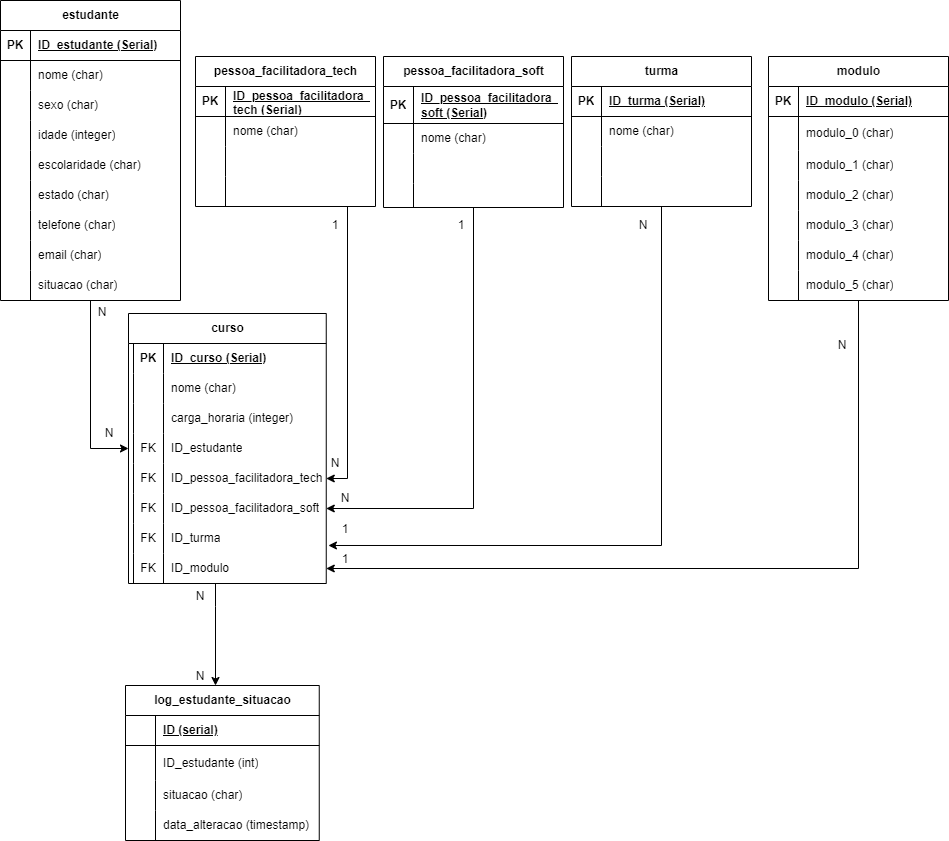
This is Diagrama Lógico/Projeto_modulo3_Banco_de_dados.drawio.png from denysonbrito/Projeto_em_grupo_modulo3_Banco_de_dados, a draw.io export, as it was before one commit. Source tidied: cells renumbered, new cells last; positions are measured from the earlier drawing's top-left corner, leaving out a move shared by most shapes.
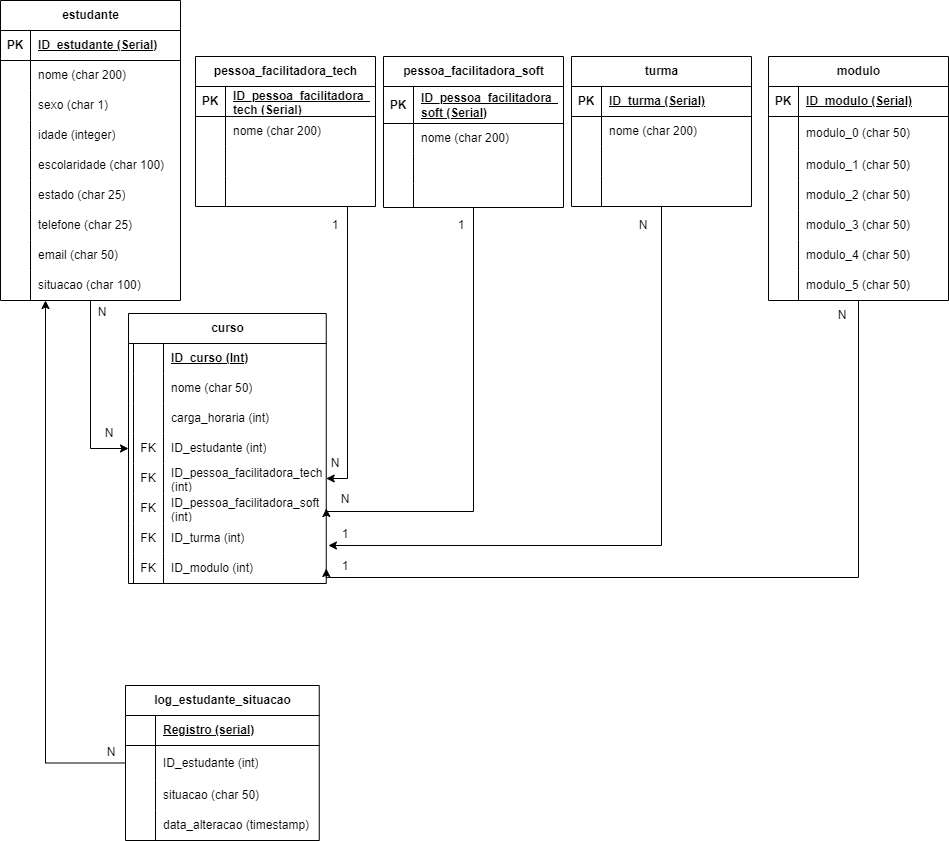
Later version of the same file.

Commit message:
Inserção do espaço para os campos

Mudança na tabela log para conectar com a tabela estudante.

What changed in the source:
```diff
@@ -13,3 +13,3 @@
     </mxCell>
-    <mxCell id="5" value="ID (serial)" style="shape=partialRectangle;fillColor=none;top=0;left=0;bottom=0;right=0;align=left;spacingLeft=6;fontStyle=5;overflow=hidden;whiteSpace=wrap;html=1;" parent="3" vertex="1">
+    <mxCell id="5" value="Registro (serial)" style="shape=partialRectangle;fillColor=none;top=0;left=0;bottom=0;right=0;align=left;spacingLeft=6;fontStyle=5;overflow=hidden;whiteSpace=wrap;html=1;" parent="3" vertex="1">
       <mxGeometry x="30" width="163.8" height="30" as="geometry" />
@@ -31,3 +31,3 @@
     </mxCell>
-    <mxCell id="11" value="situacao (char)" style="shape=partialRectangle;fillColor=none;top=0;left=0;bottom=0;right=0;align=left;spacingLeft=6;overflow=hidden;whiteSpace=wrap;html=1;" parent="9" vertex="1">
+    <mxCell id="11" value="situacao (char 50)" style="shape=partialRectangle;fillColor=none;top=0;left=0;bottom=0;right=0;align=left;spacingLeft=6;overflow=hidden;whiteSpace=wrap;html=1;" parent="9" vertex="1">
       <mxGeometry x="30" width="163.8" height="30" as="geometry" />
@@ -64,3 +64,3 @@
     </mxCell>
-    <mxCell id="22" value="nome (char)" style="shape=partialRectangle;fillColor=none;top=0;left=0;bottom=0;right=0;align=left;spacingLeft=6;overflow=hidden;whiteSpace=wrap;html=1;" parent="20" vertex="1">
+    <mxCell id="22" value="nome (char 200)" style="shape=partialRectangle;fillColor=none;top=0;left=0;bottom=0;right=0;align=left;spacingLeft=6;overflow=hidden;whiteSpace=wrap;html=1;" parent="20" vertex="1">
       <mxGeometry x="30" width="150" height="30" as="geometry" />
@@ -73,3 +73,3 @@
     </mxCell>
-    <mxCell id="25" value="sexo (char)" style="shape=partialRectangle;fillColor=none;top=0;left=0;bottom=0;right=0;align=left;spacingLeft=6;overflow=hidden;whiteSpace=wrap;html=1;" parent="23" vertex="1">
+    <mxCell id="25" value="sexo (char 1)" style="shape=partialRectangle;fillColor=none;top=0;left=0;bottom=0;right=0;align=left;spacingLeft=6;overflow=hidden;whiteSpace=wrap;html=1;" parent="23" vertex="1">
       <mxGeometry x="30" width="150" height="30" as="geometry" />
@@ -91,3 +91,3 @@
     </mxCell>
-    <mxCell id="31" value="escolaridade (char)" style="shape=partialRectangle;fillColor=none;top=0;left=0;bottom=0;right=0;align=left;spacingLeft=6;overflow=hidden;whiteSpace=wrap;html=1;" parent="29" vertex="1">
+    <mxCell id="31" value="escolaridade (char 100)" style="shape=partialRectangle;fillColor=none;top=0;left=0;bottom=0;right=0;align=left;spacingLeft=6;overflow=hidden;whiteSpace=wrap;html=1;" parent="29" vertex="1">
       <mxGeometry x="30" width="150" height="30" as="geometry" />
@@ -100,3 +100,3 @@
     </mxCell>
-    <mxCell id="34" value="estado (char)" style="shape=partialRectangle;fillColor=none;top=0;left=0;bottom=0;right=0;align=left;spacingLeft=6;overflow=hidden;whiteSpace=wrap;html=1;" parent="32" vertex="1">
+    <mxCell id="34" value="estado (char 25)" style="shape=partialRectangle;fillColor=none;top=0;left=0;bottom=0;right=0;align=left;spacingLeft=6;overflow=hidden;whiteSpace=wrap;html=1;" parent="32" vertex="1">
       <mxGeometry x="30" width="150" height="30" as="geometry" />
@@ -109,3 +109,3 @@
     </mxCell>
-    <mxCell id="37" value="telefone (char)" style="shape=partialRectangle;fillColor=none;top=0;left=0;bottom=0;right=0;align=left;spacingLeft=6;overflow=hidden;whiteSpace=wrap;html=1;" parent="35" vertex="1">
+    <mxCell id="37" value="telefone (char 25)" style="shape=partialRectangle;fillColor=none;top=0;left=0;bottom=0;right=0;align=left;spacingLeft=6;overflow=hidden;whiteSpace=wrap;html=1;" parent="35" vertex="1">
       <mxGeometry x="30" width="150" height="30" as="geometry" />
@@ -118,3 +118,3 @@
     </mxCell>
-    <mxCell id="40" value="email (char)" style="shape=partialRectangle;fillColor=none;top=0;left=0;bottom=0;right=0;align=left;spacingLeft=6;overflow=hidden;whiteSpace=wrap;html=1;" parent="38" vertex="1">
+    <mxCell id="40" value="email (char 50)" style="shape=partialRectangle;fillColor=none;top=0;left=0;bottom=0;right=0;align=left;spacingLeft=6;overflow=hidden;whiteSpace=wrap;html=1;" parent="38" vertex="1">
       <mxGeometry x="30" width="150" height="30" as="geometry" />
@@ -127,3 +127,3 @@
     </mxCell>
-    <mxCell id="43" value="situacao (char)" style="shape=partialRectangle;fillColor=none;top=0;left=0;bottom=0;right=0;align=left;spacingLeft=6;overflow=hidden;whiteSpace=wrap;html=1;" parent="41" vertex="1">
+    <mxCell id="43" value="situacao (char 100)" style="shape=partialRectangle;fillColor=none;top=0;left=0;bottom=0;right=0;align=left;spacingLeft=6;overflow=hidden;whiteSpace=wrap;html=1;" parent="41" vertex="1">
       <mxGeometry x="30" width="150" height="30" as="geometry" />
@@ -155,3 +155,3 @@
     </mxCell>
-    <mxCell id="51" value="nome (char)" style="shape=partialRectangle;fillColor=none;top=0;left=0;bottom=0;right=0;align=left;spacingLeft=6;overflow=hidden;whiteSpace=wrap;html=1;" parent="49" vertex="1">
+    <mxCell id="51" value="nome (char 200)" style="shape=partialRectangle;fillColor=none;top=0;left=0;bottom=0;right=0;align=left;spacingLeft=6;overflow=hidden;whiteSpace=wrap;html=1;" parent="49" vertex="1">
       <mxGeometry x="30" width="150" height="30" as="geometry" />
@@ -197,3 +197,3 @@
     </mxCell>
-    <mxCell id="65" value="nome (char)" style="shape=partialRectangle;fillColor=none;top=0;left=0;bottom=0;right=0;align=left;spacingLeft=6;overflow=hidden;whiteSpace=wrap;html=1;" parent="63" vertex="1">
+    <mxCell id="65" value="nome (char 200)" style="shape=partialRectangle;fillColor=none;top=0;left=0;bottom=0;right=0;align=left;spacingLeft=6;overflow=hidden;whiteSpace=wrap;html=1;" parent="63" vertex="1">
       <mxGeometry x="30" width="150" height="30" as="geometry" />
@@ -219,3 +219,8 @@
     <mxCell id="72" style="edgeStyle=orthogonalEdgeStyle;rounded=0;jettySize=auto;html=1;entryX=1;entryY=0.5;entryDx=0;entryDy=0;" parent="1" edge="1" source="73" target="118">
-      <mxGeometry relative="1" as="geometry" />
+      <mxGeometry relative="1" as="geometry">
+        <Array as="points">
+          <mxPoint x="858" y="577" />
+          <mxPoint x="326" y="577" />
+        </Array>
+      </mxGeometry>
     </mxCell>
@@ -239,3 +244,3 @@
     </mxCell>
-    <mxCell id="79" value="modulo_0 (char)" style="shape=partialRectangle;fillColor=none;top=0;left=0;bottom=0;right=0;align=left;spacingLeft=6;overflow=hidden;whiteSpace=wrap;html=1;" parent="77" vertex="1">
+    <mxCell id="79" value="modulo_0 (char 50)" style="shape=partialRectangle;fillColor=none;top=0;left=0;bottom=0;right=0;align=left;spacingLeft=6;overflow=hidden;whiteSpace=wrap;html=1;" parent="77" vertex="1">
       <mxGeometry x="30" width="150" height="34" as="geometry" />
@@ -248,3 +253,3 @@
     </mxCell>
-    <mxCell id="82" value="modulo_1 (char)" style="shape=partialRectangle;fillColor=none;top=0;left=0;bottom=0;right=0;align=left;spacingLeft=6;overflow=hidden;whiteSpace=wrap;html=1;" parent="80" vertex="1">
+    <mxCell id="82" value="modulo_1 (char 50)&amp;nbsp;" style="shape=partialRectangle;fillColor=none;top=0;left=0;bottom=0;right=0;align=left;spacingLeft=6;overflow=hidden;whiteSpace=wrap;html=1;" parent="80" vertex="1">
       <mxGeometry x="30" width="150" height="30" as="geometry" />
@@ -257,3 +262,3 @@
     </mxCell>
-    <mxCell id="85" value="modulo_2 (char)" style="shape=partialRectangle;fillColor=none;top=0;left=0;bottom=0;right=0;align=left;spacingLeft=6;overflow=hidden;whiteSpace=wrap;html=1;" parent="83" vertex="1">
+    <mxCell id="85" value="modulo_2 (char 50)" style="shape=partialRectangle;fillColor=none;top=0;left=0;bottom=0;right=0;align=left;spacingLeft=6;overflow=hidden;whiteSpace=wrap;html=1;" parent="83" vertex="1">
       <mxGeometry x="30" width="150" height="30" as="geometry" />
@@ -266,3 +271,3 @@
     </mxCell>
-    <mxCell id="88" value="modulo_3 (char)" style="shape=partialRectangle;fillColor=none;top=0;left=0;bottom=0;right=0;align=left;spacingLeft=6;overflow=hidden;whiteSpace=wrap;html=1;" parent="86" vertex="1">
+    <mxCell id="88" value="modulo_3 (char 50)" style="shape=partialRectangle;fillColor=none;top=0;left=0;bottom=0;right=0;align=left;spacingLeft=6;overflow=hidden;whiteSpace=wrap;html=1;" parent="86" vertex="1">
       <mxGeometry x="30" width="150" height="30" as="geometry" />
@@ -275,3 +280,3 @@
     </mxCell>
-    <mxCell id="91" value="modulo_4 (char)" style="shape=partialRectangle;fillColor=none;top=0;left=0;bottom=0;right=0;align=left;spacingLeft=6;overflow=hidden;whiteSpace=wrap;html=1;" parent="89" vertex="1">
+    <mxCell id="91" value="modulo_4 (char 50)" style="shape=partialRectangle;fillColor=none;top=0;left=0;bottom=0;right=0;align=left;spacingLeft=6;overflow=hidden;whiteSpace=wrap;html=1;" parent="89" vertex="1">
       <mxGeometry x="30" width="150" height="30" as="geometry" />
@@ -284,13 +289,5 @@
     </mxCell>
-    <mxCell id="94" value="modulo_5 (char)" style="shape=partialRectangle;fillColor=none;top=0;left=0;bottom=0;right=0;align=left;spacingLeft=6;overflow=hidden;whiteSpace=wrap;html=1;" parent="92" vertex="1">
+    <mxCell id="94" value="modulo_5 (char 50)" style="shape=partialRectangle;fillColor=none;top=0;left=0;bottom=0;right=0;align=left;spacingLeft=6;overflow=hidden;whiteSpace=wrap;html=1;" parent="92" vertex="1">
       <mxGeometry x="30" width="150" height="30" as="geometry" />
     </mxCell>
-    <mxCell id="95" style="edgeStyle=orthogonalEdgeStyle;rounded=0;jettySize=auto;html=1;" parent="1" edge="1" source="96" target="2">
-      <mxGeometry relative="1" as="geometry">
-        <Array as="points">
-          <mxPoint x="215" y="606" />
-          <mxPoint x="215" y="606" />
-        </Array>
-      </mxGeometry>
-    </mxCell>
     <mxCell id="96" value="curso" style="shape=table;startSize=30;rowLines=0;fontStyle=1;align=center;html=1;" parent="1" vertex="1">
@@ -301,6 +298,6 @@
     </mxCell>
-    <mxCell id="98" value="PK" style="shape=partialRectangle;fillColor=none;top=0;left=0;bottom=0;right=0;fontStyle=1;overflow=hidden;whiteSpace=wrap;html=1;" parent="97" vertex="1">
+    <mxCell id="98" style="shape=partialRectangle;fillColor=none;top=0;left=0;bottom=0;right=0;fontStyle=1;overflow=hidden;whiteSpace=wrap;html=1;" parent="97" vertex="1">
       <mxGeometry x="5" width="30" height="30" as="geometry" />
     </mxCell>
-    <mxCell id="99" value="ID_curso (Serial)" style="shape=partialRectangle;fillColor=none;top=0;left=0;bottom=0;right=0;align=left;spacingLeft=6;fontStyle=5;overflow=hidden;whiteSpace=wrap;html=1;" parent="97" vertex="1">
+    <mxCell id="99" value="ID_curso (Int)" style="shape=partialRectangle;fillColor=none;top=0;left=0;bottom=0;right=0;align=left;spacingLeft=6;fontStyle=5;overflow=hidden;whiteSpace=wrap;html=1;" parent="97" vertex="1">
       <mxGeometry x="35" width="162.8" height="30" as="geometry" />
@@ -313,3 +310,3 @@
     </mxCell>
-    <mxCell id="102" value="nome (char)" style="shape=partialRectangle;fillColor=none;top=0;left=0;bottom=0;right=0;align=left;spacingLeft=6;overflow=hidden;whiteSpace=wrap;html=1;" parent="100" vertex="1">
+    <mxCell id="102" value="nome (char 50)" style="shape=partialRectangle;fillColor=none;top=0;left=0;bottom=0;right=0;align=left;spacingLeft=6;overflow=hidden;whiteSpace=wrap;html=1;" parent="100" vertex="1">
       <mxGeometry x="35" width="162.8" height="30" as="geometry" />
@@ -322,3 +319,3 @@
     </mxCell>
-    <mxCell id="105" value="carga_horaria (integer)" style="shape=partialRectangle;fillColor=none;top=0;left=0;bottom=0;right=0;align=left;spacingLeft=6;overflow=hidden;whiteSpace=wrap;html=1;" parent="103" vertex="1">
+    <mxCell id="105" value="carga_horaria (int)" style="shape=partialRectangle;fillColor=none;top=0;left=0;bottom=0;right=0;align=left;spacingLeft=6;overflow=hidden;whiteSpace=wrap;html=1;" parent="103" vertex="1">
       <mxGeometry x="35" width="162.8" height="30" as="geometry" />
@@ -331,3 +328,3 @@
     </mxCell>
-    <mxCell id="108" value="ID_estudante" style="shape=partialRectangle;fillColor=none;top=0;left=0;bottom=0;right=0;align=left;spacingLeft=6;overflow=hidden;whiteSpace=wrap;html=1;" parent="106" vertex="1">
+    <mxCell id="108" value="ID_estudante (int)" style="shape=partialRectangle;fillColor=none;top=0;left=0;bottom=0;right=0;align=left;spacingLeft=6;overflow=hidden;whiteSpace=wrap;html=1;" parent="106" vertex="1">
       <mxGeometry x="35" width="162.8" height="30" as="geometry" />
@@ -340,3 +337,3 @@
     </mxCell>
-    <mxCell id="111" value="ID_pessoa_facilitadora_tech" style="shape=partialRectangle;fillColor=none;top=0;left=0;bottom=0;right=0;align=left;spacingLeft=6;overflow=hidden;whiteSpace=wrap;html=1;" parent="109" vertex="1">
+    <mxCell id="111" value="ID_pessoa_facilitadora_tech (int)" style="shape=partialRectangle;fillColor=none;top=0;left=0;bottom=0;right=0;align=left;spacingLeft=6;overflow=hidden;whiteSpace=wrap;html=1;" parent="109" vertex="1">
       <mxGeometry x="35" width="162.8" height="30" as="geometry" />
@@ -349,3 +346,3 @@
     </mxCell>
-    <mxCell id="114" value="ID_pessoa_facilitadora_soft" style="shape=partialRectangle;fillColor=none;top=0;left=0;bottom=0;right=0;align=left;spacingLeft=6;overflow=hidden;whiteSpace=wrap;html=1;" parent="112" vertex="1">
+    <mxCell id="114" value="ID_pessoa_facilitadora_soft (int)" style="shape=partialRectangle;fillColor=none;top=0;left=0;bottom=0;right=0;align=left;spacingLeft=6;overflow=hidden;whiteSpace=wrap;html=1;" parent="112" vertex="1">
       <mxGeometry x="35" width="162.8" height="30" as="geometry" />
@@ -358,3 +355,3 @@
     </mxCell>
-    <mxCell id="117" value="ID_turma" style="shape=partialRectangle;fillColor=none;top=0;left=0;bottom=0;right=0;align=left;spacingLeft=6;overflow=hidden;whiteSpace=wrap;html=1;" parent="115" vertex="1">
+    <mxCell id="117" value="ID_turma (int)" style="shape=partialRectangle;fillColor=none;top=0;left=0;bottom=0;right=0;align=left;spacingLeft=6;overflow=hidden;whiteSpace=wrap;html=1;" parent="115" vertex="1">
       <mxGeometry x="35" width="162.8" height="30" as="geometry" />
@@ -367,3 +364,3 @@
     </mxCell>
-    <mxCell id="120" value="ID_modulo" style="shape=partialRectangle;fillColor=none;top=0;left=0;bottom=0;right=0;align=left;spacingLeft=6;overflow=hidden;whiteSpace=wrap;html=1;" parent="118" vertex="1">
+    <mxCell id="120" value="ID_modulo (int)" style="shape=partialRectangle;fillColor=none;top=0;left=0;bottom=0;right=0;align=left;spacingLeft=6;overflow=hidden;whiteSpace=wrap;html=1;" parent="118" vertex="1">
       <mxGeometry x="35" width="162.8" height="30" as="geometry" />
@@ -386,18 +383,20 @@
     <mxCell id="126" value="1" style="text;html=1;strokeColor=none;fillColor=none;align=center;verticalAlign=middle;whiteSpace=wrap;rounded=0;" parent="1" vertex="1">
-      <mxGeometry x="315" y="514" width="60" height="30" as="geometry" />
+      <mxGeometry x="315" y="519" width="60" height="30" as="geometry" />
     </mxCell>
     <mxCell id="127" value="N" style="text;html=1;strokeColor=none;fillColor=none;align=center;verticalAlign=middle;whiteSpace=wrap;rounded=0;" parent="1" vertex="1">
-      <mxGeometry x="812" y="330" width="60" height="30" as="geometry" />
+      <mxGeometry x="812" y="300" width="60" height="30" as="geometry" />
     </mxCell>
     <mxCell id="128" value="1" style="text;html=1;strokeColor=none;fillColor=none;align=center;verticalAlign=middle;whiteSpace=wrap;rounded=0;" parent="1" vertex="1">
-      <mxGeometry x="315" y="544" width="60" height="30" as="geometry" />
+      <mxGeometry x="315" y="551" width="60" height="30" as="geometry" />
     </mxCell>
-    <mxCell id="129" value="N" style="text;html=1;strokeColor=none;fillColor=none;align=center;verticalAlign=middle;whiteSpace=wrap;rounded=0;" parent="1" vertex="1">
-      <mxGeometry x="170" y="581" width="60" height="30" as="geometry" />
-    </mxCell>
     <mxCell id="130" value="N" style="text;html=1;strokeColor=none;fillColor=none;align=center;verticalAlign=middle;whiteSpace=wrap;rounded=0;" parent="1" vertex="1">
-      <mxGeometry x="170" y="661" width="60" height="30" as="geometry" />
+      <mxGeometry x="81" y="737" width="60" height="30" as="geometry" />
     </mxCell>
     <mxCell id="131" style="edgeStyle=orthogonalEdgeStyle;rounded=0;jettySize=auto;html=1;entryX=1;entryY=0.5;entryDx=0;entryDy=0;" parent="1" edge="1" source="132" target="112">
-      <mxGeometry relative="1" as="geometry" />
+      <mxGeometry relative="1" as="geometry">
+        <Array as="points">
+          <mxPoint x="473" y="511" />
+          <mxPoint x="326" y="511" />
+        </Array>
+      </mxGeometry>
     </mxCell>
@@ -421,3 +420,3 @@
     </mxCell>
-    <mxCell id="138" value="nome (char)" style="shape=partialRectangle;fillColor=none;top=0;left=0;bottom=0;right=0;align=left;spacingLeft=6;overflow=hidden;whiteSpace=wrap;html=1;" parent="136" vertex="1">
+    <mxCell id="138" value="nome (char 200)" style="shape=partialRectangle;fillColor=none;top=0;left=0;bottom=0;right=0;align=left;spacingLeft=6;overflow=hidden;whiteSpace=wrap;html=1;" parent="136" vertex="1">
       <mxGeometry x="30" width="150" height="30" as="geometry" />
@@ -446,4 +445,7 @@
     <mxCell id="146" value="N" style="text;html=1;strokeColor=none;fillColor=none;align=center;verticalAlign=middle;whiteSpace=wrap;rounded=0;" parent="1" vertex="1">
-      <mxGeometry x="315" y="483" width="60" height="30" as="geometry" />
+      <mxGeometry x="315" y="484" width="60" height="30" as="geometry" />
     </mxCell>
+    <mxCell id="147" style="edgeStyle=orthogonalEdgeStyle;rounded=0;jettySize=auto;html=1;entryX=0.25;entryY=1;entryDx=0;entryDy=0;entryPerimeter=0;" parent="1" edge="1" source="6" target="41">
+      <mxGeometry relative="1" as="geometry" />
+    </mxCell>
   </root>
```
